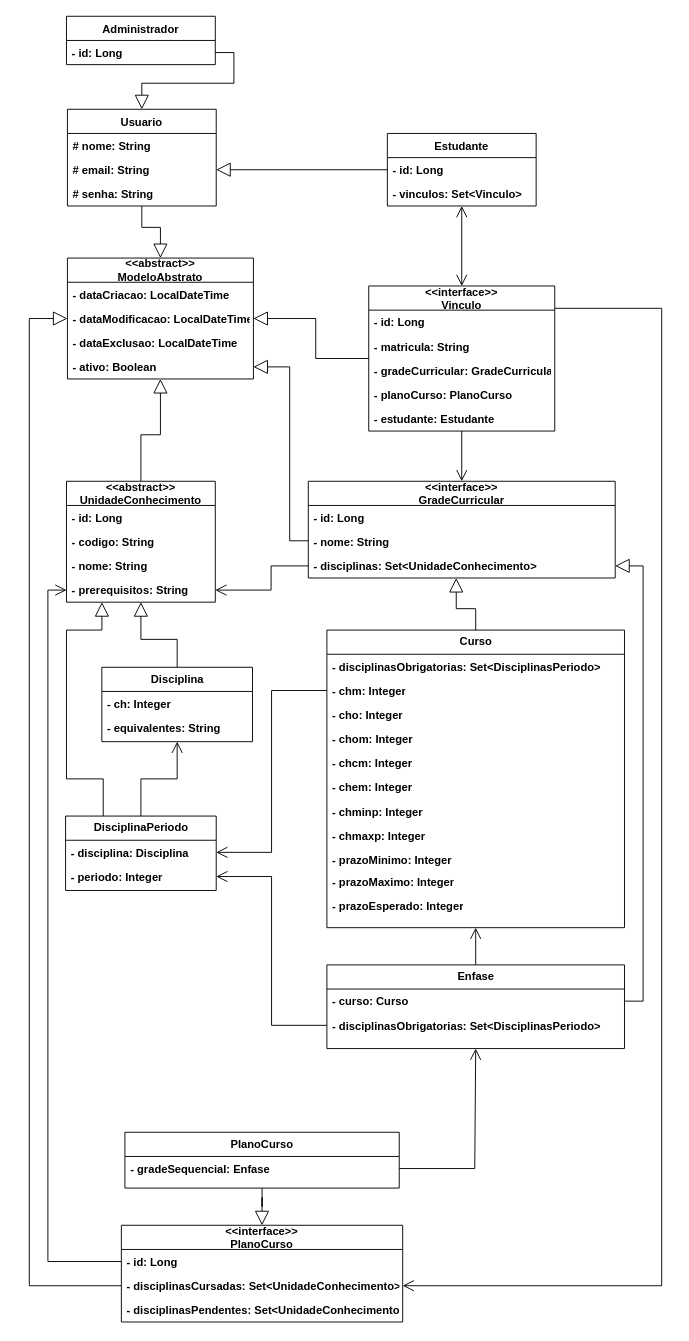
Earlier version of the draw.io diagram page "Aplicação 2" (6 of 7) of planejamento/modelagem/DiagramaDeClasses.drawio (arturo32/PODE). Source tidied: cells renumbered, new cells numbered last; positions are measured from the earlier drawing's top-left corner, leaving out a move shared by most shapes. Both pictures are drawn from the tidied source at 93%, with x=0, y=0 at pixel (29, 16).
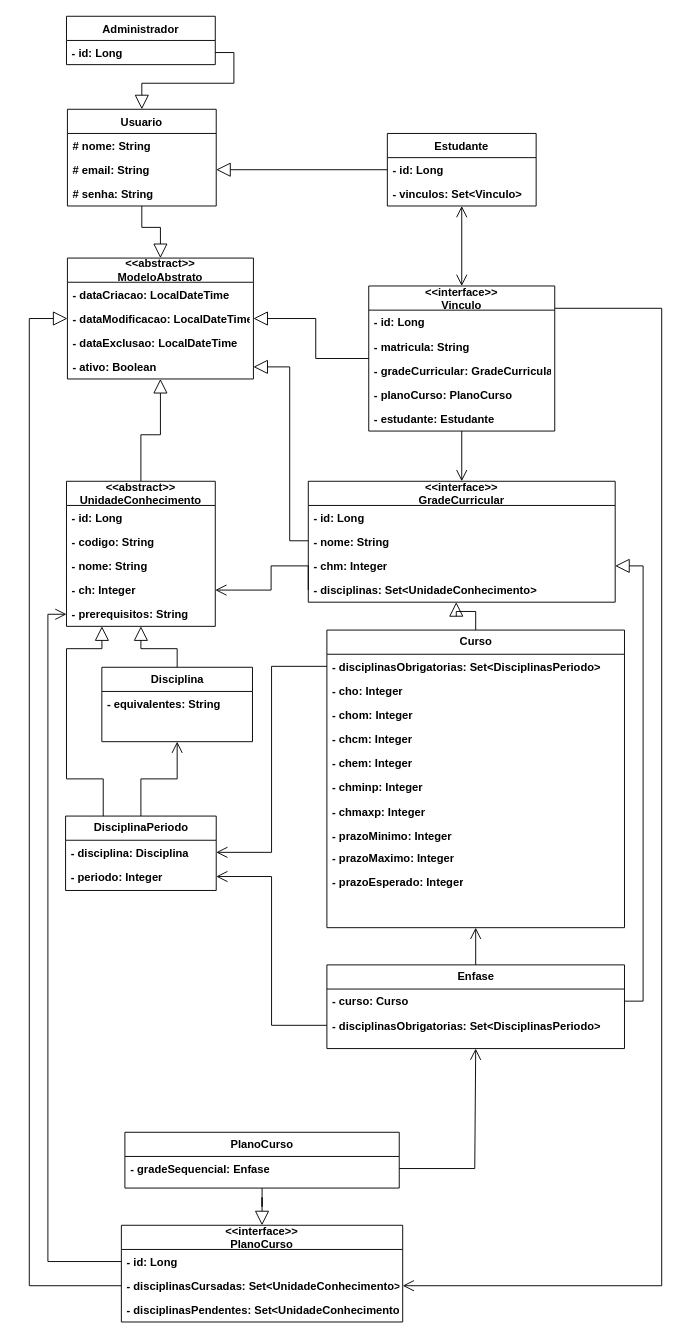
After the change.

The change refers to these unchanged cells:
```xml
<mxCell id="48" value="Curso" style="swimlane;html=1;fontStyle=1;horizontal=1;startSize=26;fillColor=none;swimlaneFillColor=#ffffff;rounded=0;shadow=0;comic=0;labelBackgroundColor=none;strokeWidth=1;fontFamily=Helvetica;fontSize=12;align=center;" parent="1" vertex="1">
  <mxGeometry x="320" y="660" width="320" height="320" as="geometry" />
</mxCell>
<mxCell id="49" value="- disciplinasObrigatorias: Set&amp;lt;DisciplinasPeriodo&amp;gt;" style="text;html=1;strokeColor=none;fillColor=none;align=left;verticalAlign=top;spacingLeft=4;spacingRight=4;whiteSpace=wrap;overflow=hidden;points=[[0,0.5],[1,0.5]];portConstraint=eastwest;fontFamily=Helvetica;fontStyle=1;" parent="48" vertex="1">
  <mxGeometry y="26" width="320" height="26" as="geometry" />
</mxCell>
<mxCell id="61" value="&lt;div style=&quot;font-size: 12px&quot;&gt;&lt;span&gt;Disciplina&lt;/span&gt;&lt;/div&gt;" style="swimlane;html=1;fontStyle=1;horizontal=1;startSize=26;fillColor=none;swimlaneFillColor=#ffffff;rounded=0;shadow=0;comic=0;labelBackgroundColor=none;strokeWidth=1;fontFamily=Helvetica;fontSize=10;align=center;" parent="1" vertex="1">
  <mxGeometry x="78" y="700" width="162" height="80" as="geometry" />
</mxCell>
<mxCell id="77" value="&lt;div style=&quot;font-size: 12px&quot;&gt;&lt;span&gt;DisciplinaPeriodo&lt;/span&gt;&lt;/div&gt;" style="swimlane;html=1;fontStyle=1;horizontal=1;startSize=26;fillColor=none;swimlaneFillColor=#ffffff;rounded=0;shadow=0;comic=0;labelBackgroundColor=none;strokeWidth=1;fontFamily=Helvetica;fontSize=10;align=center;" parent="1" vertex="1">
  <mxGeometry x="39" y="860" width="162" height="80" as="geometry" />
</mxCell>
<mxCell id="78" value="- disciplina: Disciplina" style="text;html=1;strokeColor=none;fillColor=none;align=left;verticalAlign=top;spacingLeft=4;spacingRight=4;whiteSpace=wrap;overflow=hidden;points=[[0,0.5],[1,0.5]];portConstraint=eastwest;fontFamily=Helvetica;fontStyle=1;" parent="77" vertex="1">
  <mxGeometry y="26" width="162" height="26" as="geometry" />
</mxCell>
```

Diff of the diagram source:
```diff
@@
-    <mxCell id="30" style="edgeStyle=orthogonalEdgeStyle;rounded=0;jettySize=auto;html=1;entryX=1;entryY=0.5;entryDx=0;entryDy=0;startArrow=none;startFill=0;endArrow=open;endFill=0;startSize=10;endSize=10;strokeWidth=1;exitX=0;exitY=0.5;exitDx=0;exitDy=0;fontFamily=Helvetica;fontStyle=1;" parent="1" edge="1" source="34" target="45">
+    <mxCell id="30" style="edgeStyle=orthogonalEdgeStyle;rounded=0;jettySize=auto;html=1;entryX=1;entryY=0.5;entryDx=0;entryDy=0;startArrow=none;startFill=0;endArrow=open;endFill=0;startSize=10;endSize=10;strokeWidth=1;exitX=0;exitY=0.5;exitDx=0;exitDy=0;fontFamily=Helvetica;fontStyle=1;" parent="1" edge="1" source="34" target="62">
       <mxGeometry relative="1" as="geometry">
         <Array as="points">
           <mxPoint x="260" y="591" />
           <mxPoint x="260" y="617" />
         </Array>
       </mxGeometry>
     </mxCell>
     <mxCell id="31" value="&lt;&lt;interface&gt;&gt;&#10;GradeCurricular" style="swimlane;fontStyle=1;align=center;verticalAlign=middle;horizontal=1;startSize=26;rounded=0;shadow=0;glass=0;sketch=0;fontFamily=Helvetica;" parent="1" vertex="1">
-      <mxGeometry x="300" y="500" width="330" height="104" as="geometry" />
+      <mxGeometry x="300" y="500" width="330" height="130" as="geometry" />
     </mxCell>
@@
+    <mxCell id="50" value="- chm: Integer" style="text;html=1;strokeColor=none;fillColor=none;align=left;verticalAlign=top;spacingLeft=4;spacingRight=4;whiteSpace=wrap;overflow=hidden;points=[[0,0.5],[1,0.5]];portConstraint=eastwest;fontFamily=Helvetica;fontStyle=1;" parent="31" vertex="1">
+      <mxGeometry y="78" width="330" height="26" as="geometry" />
+    </mxCell>
     <mxCell id="34" value="- disciplinas: Set&lt;UnidadeConhecimento&gt;" style="text;strokeColor=none;fillColor=none;align=left;verticalAlign=top;spacingLeft=4;spacingRight=4;overflow=hidden;points=[[0,0.5],[1,0.5]];portConstraint=eastwest;rounded=0;shadow=0;glass=0;sketch=0;fontFamily=Helvetica;fontStyle=1;" parent="31" vertex="1">
-      <mxGeometry y="78" width="330" height="26" as="geometry" />
+      <mxGeometry y="104" width="330" height="26" as="geometry" />
     </mxCell>
@@
     <mxCell id="41" value="&lt;&lt;abstract&gt;&gt;&#10;UnidadeConhecimento" style="swimlane;fontStyle=1;align=center;verticalAlign=middle;horizontal=1;startSize=26;rounded=0;shadow=0;glass=0;sketch=0;spacing=0;fontFamily=Helvetica;" parent="1" vertex="1">
-      <mxGeometry x="40" y="500" width="160" height="130" as="geometry" />
+      <mxGeometry x="40" y="500" width="160" height="156" as="geometry" />
     </mxCell>
@@
+    <mxCell id="62" value="- ch: Integer" style="text;html=1;strokeColor=none;fillColor=none;align=left;verticalAlign=top;spacingLeft=4;spacingRight=4;whiteSpace=wrap;overflow=hidden;points=[[0,0.5],[1,0.5]];portConstraint=eastwest;fontFamily=Helvetica;fontStyle=1;" parent="41" vertex="1">
+      <mxGeometry y="104" width="160" height="26" as="geometry" />
+    </mxCell>
     <mxCell id="45" value="- prerequisitos: String" style="text;strokeColor=none;fillColor=none;align=left;verticalAlign=top;spacingLeft=4;spacingRight=4;overflow=hidden;points=[[0,0.5],[1,0.5]];portConstraint=eastwest;rounded=0;shadow=0;glass=0;sketch=0;fontFamily=Helvetica;fontStyle=1;" parent="41" vertex="1">
-      <mxGeometry y="104" width="160" height="26" as="geometry" />
+      <mxGeometry y="130" width="160" height="26" as="geometry" />
     </mxCell>
@@
-    <mxCell id="50" value="- chm: Integer" style="text;html=1;strokeColor=none;fillColor=none;align=left;verticalAlign=top;spacingLeft=4;spacingRight=4;whiteSpace=wrap;overflow=hidden;points=[[0,0.5],[1,0.5]];portConstraint=eastwest;fontFamily=Helvetica;fontStyle=1;" parent="48" vertex="1">
-      <mxGeometry y="52" width="320" height="26" as="geometry" />
-    </mxCell>
     <mxCell id="51" value="- cho: Integer" style="text;html=1;strokeColor=none;fillColor=none;align=left;verticalAlign=top;spacingLeft=4;spacingRight=4;whiteSpace=wrap;overflow=hidden;fontFamily=Helvetica;fontStyle=1;" parent="48" vertex="1">
-      <mxGeometry y="78" width="320" height="26" as="geometry" />
+      <mxGeometry y="52" width="320" height="26" as="geometry" />
     </mxCell>
     <mxCell id="52" value="- chom: Integer" style="text;html=1;strokeColor=none;fillColor=none;align=left;verticalAlign=top;spacingLeft=4;spacingRight=4;whiteSpace=wrap;overflow=hidden;fontStyle=1;" parent="48" vertex="1">
-      <mxGeometry y="104" width="320" height="26" as="geometry" />
+      <mxGeometry y="78" width="320" height="26" as="geometry" />
     </mxCell>
     <mxCell id="53" value="- chcm: Integer" style="text;html=1;strokeColor=none;fillColor=none;align=left;verticalAlign=top;spacingLeft=4;spacingRight=4;whiteSpace=wrap;overflow=hidden;fontStyle=1;" parent="48" vertex="1">
-      <mxGeometry y="130" width="320" height="26" as="geometry" />
+      <mxGeometry y="104" width="320" height="26" as="geometry" />
     </mxCell>
     <mxCell id="54" value="- chem: Integer" style="text;html=1;strokeColor=none;fillColor=none;align=left;verticalAlign=top;spacingLeft=4;spacingRight=4;whiteSpace=wrap;overflow=hidden;fontStyle=1;" parent="48" vertex="1">
-      <mxGeometry y="156" width="320" height="26" as="geometry" />
+      <mxGeometry y="130" width="320" height="26" as="geometry" />
     </mxCell>
     <mxCell id="55" value="- chminp: Integer" style="text;strokeColor=none;fillColor=none;align=left;verticalAlign=top;spacingLeft=4;spacingRight=4;overflow=hidden;rounded=0;shadow=0;glass=0;sketch=0;fontStyle=1;" parent="48" vertex="1">
-      <mxGeometry y="182" width="320" height="26" as="geometry" />
+      <mxGeometry y="156" width="320" height="26" as="geometry" />
     </mxCell>
     <mxCell id="56" value="- chmaxp: Integer" style="text;strokeColor=none;fillColor=none;align=left;verticalAlign=top;spacingLeft=4;spacingRight=4;overflow=hidden;rounded=0;shadow=0;glass=0;sketch=0;fontStyle=1;" parent="48" vertex="1">
-      <mxGeometry y="208" width="320" height="26" as="geometry" />
+      <mxGeometry y="182" width="320" height="26" as="geometry" />
     </mxCell>
     <mxCell id="57" value="- prazoMinimo: Integer" style="text;html=1;strokeColor=none;fillColor=none;align=left;verticalAlign=top;spacingLeft=4;spacingRight=4;whiteSpace=wrap;overflow=hidden;fontStyle=1;" parent="48" vertex="1">
-      <mxGeometry y="234" width="320" height="24" as="geometry" />
+      <mxGeometry y="208" width="320" height="24" as="geometry" />
     </mxCell>
     <mxCell id="58" value="- prazoMaximo: Integer" style="text;html=1;strokeColor=none;fillColor=none;align=left;verticalAlign=top;spacingLeft=4;spacingRight=4;whiteSpace=wrap;overflow=hidden;fontStyle=1;" parent="48" vertex="1">
-      <mxGeometry y="258" width="320" height="26" as="geometry" />
+      <mxGeometry y="232" width="320" height="26" as="geometry" />
     </mxCell>
     <mxCell id="59" value="- prazoEsperado: Integer" style="text;html=1;strokeColor=none;fillColor=none;align=left;verticalAlign=top;spacingLeft=4;spacingRight=4;whiteSpace=wrap;overflow=hidden;fontStyle=1;" parent="48" vertex="1">
-      <mxGeometry y="284" width="320" height="26" as="geometry" />
+      <mxGeometry y="258" width="320" height="26" as="geometry" />
     </mxCell>
@@
-    <mxCell id="62" value="- ch: Integer" style="text;html=1;strokeColor=none;fillColor=none;align=left;verticalAlign=top;spacingLeft=4;spacingRight=4;whiteSpace=wrap;overflow=hidden;points=[[0,0.5],[1,0.5]];portConstraint=eastwest;fontFamily=Helvetica;fontStyle=1;" parent="61" vertex="1">
-      <mxGeometry y="26" width="162" height="26" as="geometry" />
-    </mxCell>
     <mxCell id="63" value="- equivalentes: String" style="text;html=1;strokeColor=none;fillColor=none;align=left;verticalAlign=top;spacingLeft=4;spacingRight=4;whiteSpace=wrap;overflow=hidden;fontFamily=Helvetica;fontStyle=1;" parent="61" vertex="1">
-      <mxGeometry y="52" width="162" height="26" as="geometry" />
+      <mxGeometry y="26" width="162" height="26" as="geometry" />
     </mxCell>
@@
-    <mxCell id="74" style="edgeStyle=orthogonalEdgeStyle;rounded=0;jettySize=auto;html=1;entryX=1;entryY=0.5;entryDx=0;entryDy=0;endArrow=open;endFill=0;strokeWidth=1;endSize=10;startFill=0;startSize=10;fontFamily=Helvetica;fontStyle=1;" parent="1" edge="1" source="50" target="78">
+    <mxCell id="74" style="edgeStyle=orthogonalEdgeStyle;rounded=0;jettySize=auto;html=1;entryX=1;entryY=0.5;entryDx=0;entryDy=0;endArrow=open;endFill=0;strokeWidth=1;endSize=10;startFill=0;startSize=10;fontFamily=Helvetica;fontStyle=1;exitX=0;exitY=0.5;exitDx=0;exitDy=0;" parent="1" edge="1" source="49" target="78">
       <mxGeometry relative="1" as="geometry" />
     </mxCell>
@@
     <mxCell id="76" style="edgeStyle=orthogonalEdgeStyle;rounded=0;jettySize=auto;html=1;exitX=0.25;exitY=0;exitDx=0;exitDy=0;entryX=0.238;entryY=1;entryDx=0;entryDy=0;entryPerimeter=0;fontFamily=Helvetica;fontSize=11;endArrow=block;endFill=0;fontStyle=1;strokeWidth=1;endSize=13;startFill=0;startSize=10;" parent="1" edge="1" source="77" target="45">
       <mxGeometry relative="1" as="geometry">
         <Array as="points">
           <mxPoint x="80" y="820" />
           <mxPoint x="40" y="820" />
-          <mxPoint x="40" y="660" />
-          <mxPoint x="78" y="660" />
+          <mxPoint x="40" y="680" />
+          <mxPoint x="78" y="680" />
         </Array>
       </mxGeometry>
     </mxCell>
```
